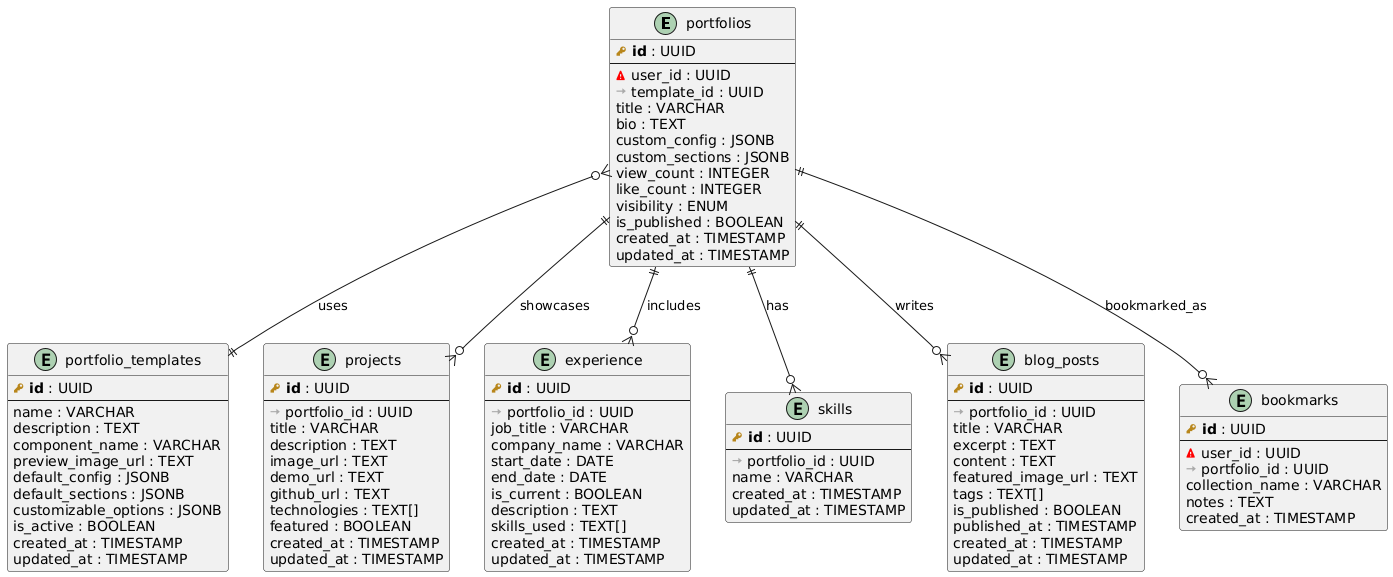
Before: database/diagrams/portfolio_service_UML.png, a diagram exported from PlantUML (Cognizant-Summer-Practice-2025/Cognizant-Summer-Practice). The source it was exported from:
```plantuml
@startuml
!define PRIMARY_KEY(x) <b><color:#b8861b><&key></color> x</b>
!define FOREIGN_KEY(x) <color:#aaaaaa><&arrow-right></color> x
!define EXTERNAL_REF(x) <color:#red><&warning></color> x

entity "portfolios" as portfolios {
  PRIMARY_KEY(id) : UUID
  --
  EXTERNAL_REF(user_id) : UUID
  FOREIGN_KEY(template_id) : UUID
  title : VARCHAR
  bio : TEXT
  custom_config : JSONB
  custom_sections : JSONB
  view_count : INTEGER
  like_count : INTEGER
  visibility : ENUM
  is_published : BOOLEAN
  created_at : TIMESTAMP
  updated_at : TIMESTAMP
}

entity "portfolio_templates" as templates {
  PRIMARY_KEY(id) : UUID
  --
  name : VARCHAR
  description : TEXT
  component_name : VARCHAR
  preview_image_url : TEXT
  default_config : JSONB
  default_sections : JSONB
  customizable_options : JSONB
  is_active : BOOLEAN
  created_at : TIMESTAMP
  updated_at : TIMESTAMP
}

entity "projects" as projects {
  PRIMARY_KEY(id) : UUID
  --
  FOREIGN_KEY(portfolio_id) : UUID
  title : VARCHAR
  description : TEXT
  image_url : TEXT
  demo_url : TEXT
  github_url : TEXT
  technologies : TEXT[]
  featured : BOOLEAN
  created_at : TIMESTAMP
  updated_at : TIMESTAMP
}

entity "experience" as experience {
  PRIMARY_KEY(id) : UUID
  --
  FOREIGN_KEY(portfolio_id) : UUID
  job_title : VARCHAR
  company_name : VARCHAR
  start_date : DATE
  end_date : DATE
  is_current : BOOLEAN
  description : TEXT
  skills_used : TEXT[]
  created_at : TIMESTAMP
  updated_at : TIMESTAMP
}

entity "skills" as skills {
  PRIMARY_KEY(id) : UUID
  --
  FOREIGN_KEY(portfolio_id) : UUID
  name : VARCHAR
  created_at : TIMESTAMP
  updated_at : TIMESTAMP
}

entity "blog_posts" as blog_posts {
  PRIMARY_KEY(id) : UUID
  --
  FOREIGN_KEY(portfolio_id) : UUID
  title : VARCHAR
  excerpt : TEXT
  content : TEXT
  featured_image_url : TEXT
  tags : TEXT[]
  is_published : BOOLEAN
  published_at : TIMESTAMP
  created_at : TIMESTAMP
  updated_at : TIMESTAMP
}

entity "bookmarks" as bookmarks {
  PRIMARY_KEY(id) : UUID
  --
  EXTERNAL_REF(user_id) : UUID
  FOREIGN_KEY(portfolio_id) : UUID
  collection_name : VARCHAR
  notes : TEXT
  created_at : TIMESTAMP
}

portfolios }o--|| templates : "uses"
portfolios ||--o{ projects : "showcases"
portfolios ||--o{ experience : "includes"
portfolios ||--o{ skills : "has"
portfolios ||--o{ blog_posts : "writes"
portfolios ||--o{ bookmarks : "bookmarked_as"
@enduml
```
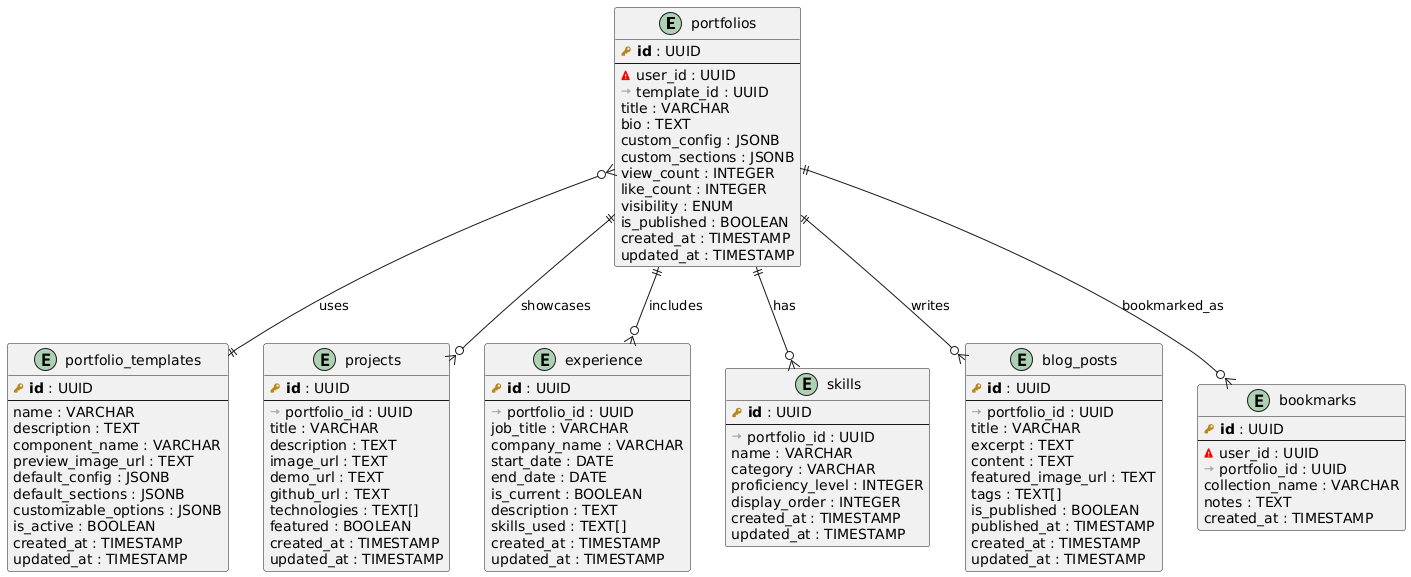
Later version of the same file.

Change to the diagram source:
```diff
@@ -70,6 +70,9 @@
   --
   FOREIGN_KEY(portfolio_id) : UUID
   name : VARCHAR
+  category : VARCHAR
+  proficiency_level : INTEGER
+  display_order : INTEGER
   created_at : TIMESTAMP
   updated_at : TIMESTAMP
 }
```
